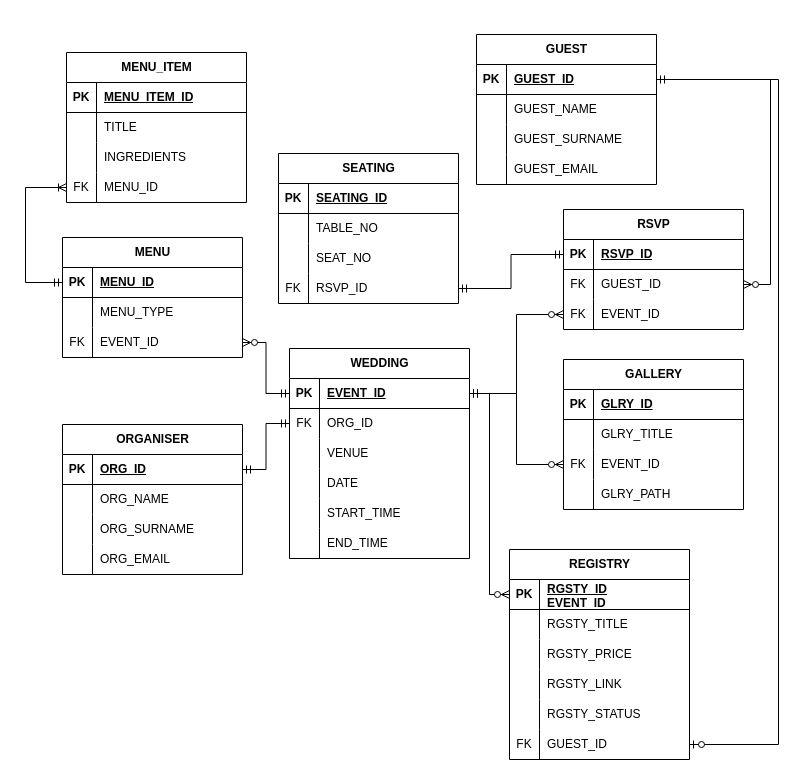
Earlier version of the draw.io diagram Planning/Project_ERD.drawio (LoganKalib/Wedding-Web-Application). Source tidied: cells renumbered, new cells numbered last; positions are measured from the earlier drawing's top-left corner, leaving out a move shared by most shapes. Both pictures are drawn from the tidied source at 100%, with x=0, y=0 at pixel (25, 34).
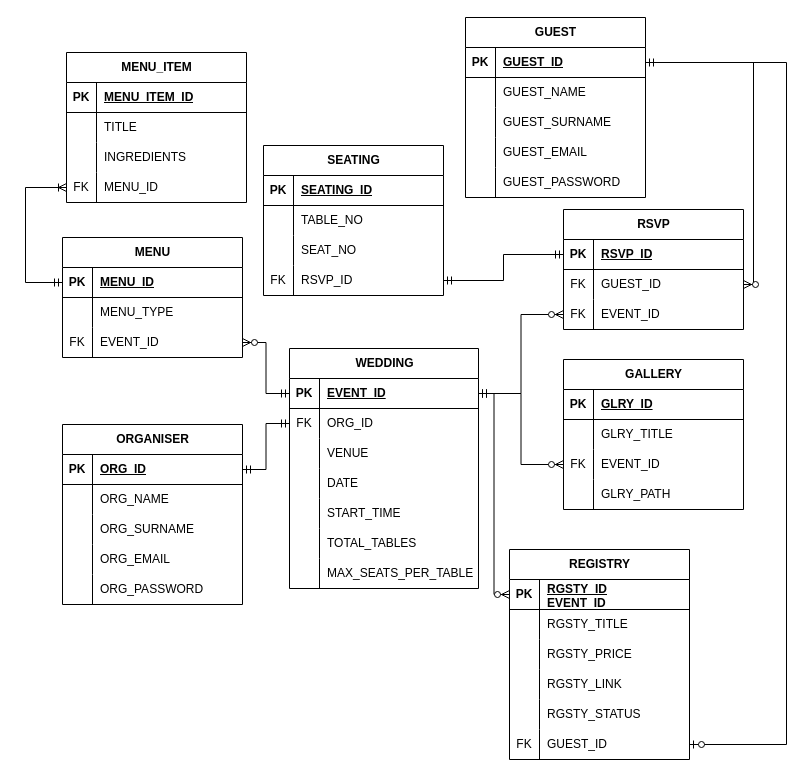
The same diagram, later.

Unchanged cells that the change refers to:
```xml
<mxCell id="16" style="shape=tableRow;horizontal=0;startSize=0;swimlaneHead=0;swimlaneBody=0;fillColor=none;points=[[0,0.5],[1,0.5]];portConstraint=eastwest;top=0;left=0;right=0;bottom=1;" parent="15" vertex="1">
  <mxGeometry y="30" width="180" height="30" as="geometry" />
</mxCell>
<mxCell id="63" style="shape=tableRow;horizontal=0;startSize=0;swimlaneHead=0;swimlaneBody=0;fillColor=none;points=[[0,0.5],[1,0.5]];portConstraint=eastwest;top=0;left=0;right=0;bottom=0;" parent="47" vertex="1">
  <mxGeometry y="180" width="180" height="30" as="geometry" />
</mxCell>
<mxCell id="123" style="shape=tableRow;horizontal=0;startSize=0;swimlaneHead=0;swimlaneBody=0;fillColor=none;points=[[0,0.5],[1,0.5]];portConstraint=eastwest;top=0;left=0;right=0;bottom=0;" parent="119" vertex="1">
  <mxGeometry y="60" width="180" height="30" as="geometry" />
</mxCell>
```

The edit, as a diff of the source:
```diff
@@
     <mxCell id="2" value="ORGANISER" style="shape=table;startSize=30;childLayout=tableLayout;rowLines=0;fontStyle=1;align=center;html=1;" parent="1" vertex="1">
-      <mxGeometry x="37" y="390" width="180" height="150" as="geometry" />
+      <mxGeometry x="37" y="390" width="180" height="180" as="geometry" />
     </mxCell>
@@
+    <mxCell id="134" style="shape=tableRow;horizontal=0;startSize=0;swimlaneHead=0;swimlaneBody=0;fillColor=none;top=0;left=0;right=0;bottom=0;" parent="2" vertex="1">
+      <mxGeometry y="150" width="180" height="30" as="geometry" />
+    </mxCell>
+    <mxCell id="135" style="shape=partialRectangle;fillColor=none;top=0;left=0;bottom=0;right=0;overflow=hidden;whiteSpace=wrap;html=1;" parent="134" vertex="1">
+      <mxGeometry width="30" height="30" as="geometry" />
+    </mxCell>
+    <mxCell id="136" value="ORG_PASSWORD" style="shape=partialRectangle;fillColor=none;top=0;left=0;bottom=0;right=0;align=left;spacingLeft=6;overflow=hidden;whiteSpace=wrap;html=1;" parent="134" vertex="1">
+      <mxGeometry x="30" width="150" height="30" as="geometry" />
+    </mxCell>
     <mxCell id="15" value="GUEST" style="shape=table;startSize=30;childLayout=tableLayout;rowLines=0;fontStyle=1;align=center;html=1;" parent="1" vertex="1">
-      <mxGeometry x="451" width="180" height="150" as="geometry" />
+      <mxGeometry x="440" y="-17" width="180" height="180" as="geometry" />
     </mxCell>
@@
+    <mxCell id="137" style="shape=tableRow;horizontal=0;startSize=0;swimlaneHead=0;swimlaneBody=0;fillColor=none;top=0;left=0;right=0;bottom=0;" parent="15" vertex="1">
+      <mxGeometry y="150" width="180" height="30" as="geometry" />
+    </mxCell>
+    <mxCell id="138" style="shape=partialRectangle;fillColor=none;top=0;left=0;bottom=0;right=0;overflow=hidden;whiteSpace=wrap;html=1;" parent="137" vertex="1">
+      <mxGeometry width="30" height="30" as="geometry" />
+    </mxCell>
+    <mxCell id="139" value="GUEST_PASSWORD" style="shape=partialRectangle;fillColor=none;top=0;left=0;bottom=0;right=0;align=left;spacingLeft=6;overflow=hidden;whiteSpace=wrap;html=1;" parent="137" vertex="1">
+      <mxGeometry x="30" width="150" height="30" as="geometry" />
+    </mxCell>
     <mxCell id="28" value="WEDDING" style="shape=table;startSize=30;childLayout=tableLayout;rowLines=0;fontStyle=1;align=center;html=1;" parent="1" vertex="1">
-      <mxGeometry x="264" y="314" width="180" height="210" as="geometry" />
+      <mxGeometry x="264" y="314" width="189" height="240" as="geometry" />
     </mxCell>
     <mxCell id="29" style="shape=tableRow;horizontal=0;startSize=0;swimlaneHead=0;swimlaneBody=0;fillColor=none;points=[[0,0.5],[1,0.5]];portConstraint=eastwest;top=0;left=0;right=0;bottom=1;" parent="28" vertex="1">
-      <mxGeometry y="30" width="180" height="30" as="geometry" />
+      <mxGeometry y="30" width="189" height="30" as="geometry" />
     </mxCell>
@@
     <mxCell id="31" value="EVENT_ID" style="shape=partialRectangle;fillColor=none;top=0;left=0;bottom=0;right=0;align=left;spacingLeft=6;fontStyle=5;overflow=hidden;whiteSpace=wrap;html=1;" parent="29" vertex="1">
-      <mxGeometry x="30" width="150" height="30" as="geometry" />
+      <mxGeometry x="30" width="159" height="30" as="geometry" />
     </mxCell>
     <mxCell id="32" style="shape=tableRow;horizontal=0;startSize=0;swimlaneHead=0;swimlaneBody=0;fillColor=none;points=[[0,0.5],[1,0.5]];portConstraint=eastwest;top=0;left=0;right=0;bottom=0;" parent="28" vertex="1">
-      <mxGeometry y="60" width="180" height="30" as="geometry" />
+      <mxGeometry y="60" width="189" height="30" as="geometry" />
     </mxCell>
@@
     <mxCell id="34" value="ORG_ID" style="shape=partialRectangle;fillColor=none;top=0;left=0;bottom=0;right=0;align=left;spacingLeft=6;overflow=hidden;whiteSpace=wrap;html=1;" parent="32" vertex="1">
-      <mxGeometry x="30" width="150" height="30" as="geometry" />
+      <mxGeometry x="30" width="159" height="30" as="geometry" />
     </mxCell>
     <mxCell id="35" style="shape=tableRow;horizontal=0;startSize=0;swimlaneHead=0;swimlaneBody=0;fillColor=none;top=0;left=0;right=0;bottom=0;" parent="28" vertex="1">
-      <mxGeometry y="90" width="180" height="30" as="geometry" />
+      <mxGeometry y="90" width="189" height="30" as="geometry" />
     </mxCell>
@@
     <mxCell id="37" value="VENUE" style="shape=partialRectangle;fillColor=none;top=0;left=0;bottom=0;right=0;align=left;spacingLeft=6;overflow=hidden;whiteSpace=wrap;html=1;" parent="35" vertex="1">
-      <mxGeometry x="30" width="150" height="30" as="geometry" />
+      <mxGeometry x="30" width="159" height="30" as="geometry" />
     </mxCell>
     <mxCell id="38" style="shape=tableRow;horizontal=0;startSize=0;swimlaneHead=0;swimlaneBody=0;fillColor=none;top=0;left=0;right=0;bottom=0;" parent="28" vertex="1">
-      <mxGeometry y="120" width="180" height="30" as="geometry" />
+      <mxGeometry y="120" width="189" height="30" as="geometry" />
     </mxCell>
@@
     <mxCell id="40" value="DATE" style="shape=partialRectangle;fillColor=none;top=0;left=0;bottom=0;right=0;align=left;spacingLeft=6;overflow=hidden;whiteSpace=wrap;html=1;" parent="38" vertex="1">
-      <mxGeometry x="30" width="150" height="30" as="geometry" />
+      <mxGeometry x="30" width="159" height="30" as="geometry" />
     </mxCell>
     <mxCell id="41" style="shape=tableRow;horizontal=0;startSize=0;swimlaneHead=0;swimlaneBody=0;fillColor=none;top=0;left=0;right=0;bottom=0;" parent="28" vertex="1">
-      <mxGeometry y="150" width="180" height="30" as="geometry" />
+      <mxGeometry y="150" width="189" height="30" as="geometry" />
     </mxCell>
@@
     <mxCell id="43" value="START_TIME" style="shape=partialRectangle;fillColor=none;top=0;left=0;bottom=0;right=0;align=left;spacingLeft=6;overflow=hidden;whiteSpace=wrap;html=1;" parent="41" vertex="1">
-      <mxGeometry x="30" width="150" height="30" as="geometry" />
+      <mxGeometry x="30" width="159" height="30" as="geometry" />
     </mxCell>
-    <mxCell id="44" style="shape=tableRow;horizontal=0;startSize=0;swimlaneHead=0;swimlaneBody=0;fillColor=none;top=0;left=0;right=0;bottom=0;" parent="28" vertex="1">
-      <mxGeometry y="180" width="180" height="30" as="geometry" />
-    </mxCell>
-    <mxCell id="45" style="shape=partialRectangle;fillColor=none;top=0;left=0;bottom=0;right=0;overflow=hidden;whiteSpace=wrap;html=1;" parent="44" vertex="1">
-      <mxGeometry width="30" height="30" as="geometry" />
-    </mxCell>
-    <mxCell id="46" value="END_TIME" style="shape=partialRectangle;fillColor=none;top=0;left=0;bottom=0;right=0;align=left;spacingLeft=6;overflow=hidden;whiteSpace=wrap;html=1;" parent="44" vertex="1">
-      <mxGeometry x="30" width="150" height="30" as="geometry" />
-    </mxCell>
+    <mxCell id="140" style="shape=tableRow;horizontal=0;startSize=0;swimlaneHead=0;swimlaneBody=0;fillColor=none;top=0;left=0;right=0;bottom=0;" parent="28" vertex="1">
+      <mxGeometry y="180" width="189" height="30" as="geometry" />
+    </mxCell>
+    <mxCell id="141" style="shape=partialRectangle;fillColor=none;top=0;left=0;bottom=0;right=0;overflow=hidden;whiteSpace=wrap;html=1;" parent="140" vertex="1">
+      <mxGeometry width="30" height="30" as="geometry" />
+    </mxCell>
+    <mxCell id="142" value="TOTAL_TABLES" style="shape=partialRectangle;fillColor=none;top=0;left=0;bottom=0;right=0;align=left;spacingLeft=6;overflow=hidden;whiteSpace=wrap;html=1;" parent="140" vertex="1">
+      <mxGeometry x="30" width="159" height="30" as="geometry" />
+    </mxCell>
+    <mxCell id="143" style="shape=tableRow;horizontal=0;startSize=0;swimlaneHead=0;swimlaneBody=0;fillColor=none;top=0;left=0;right=0;bottom=0;" parent="28" vertex="1">
+      <mxGeometry y="210" width="189" height="30" as="geometry" />
+    </mxCell>
+    <mxCell id="144" style="shape=partialRectangle;fillColor=none;top=0;left=0;bottom=0;right=0;overflow=hidden;whiteSpace=wrap;html=1;" parent="143" vertex="1">
+      <mxGeometry width="30" height="30" as="geometry" />
+    </mxCell>
+    <mxCell id="145" value="MAX_SEATS_PER_TABLE" style="shape=partialRectangle;fillColor=none;top=0;left=0;bottom=0;right=0;align=left;spacingLeft=6;overflow=hidden;whiteSpace=wrap;html=1;" parent="143" vertex="1">
+      <mxGeometry x="30" width="159" height="30" as="geometry" />
+    </mxCell>
@@
     <mxCell id="79" value="SEATING" style="shape=table;startSize=30;childLayout=tableLayout;rowLines=0;fontStyle=1;align=center;html=1;" parent="1" vertex="1">
-      <mxGeometry x="253" y="119" width="180" height="150" as="geometry" />
+      <mxGeometry x="238" y="111" width="180" height="150" as="geometry" />
     </mxCell>
@@
     <mxCell id="132" style="edgeStyle=orthogonalEdgeStyle;fontSize=12;html=1;endArrow=ERzeroToMany;startArrow=ERmandOne;rounded=0;exitX=1;exitY=0.5;exitDx=0;exitDy=0;entryX=1;entryY=0.5;entryDx=0;entryDy=0;" parent="1" edge="1" source="16" target="123">
-      <mxGeometry relative="1" as="geometry">
-        <Array as="points">
-          <mxPoint x="745" y="45" />
-          <mxPoint x="745" y="250" />
-        </Array>
-      </mxGeometry>
+      <mxGeometry relative="1" as="geometry" />
     </mxCell>
     <mxCell id="133" style="edgeStyle=orthogonalEdgeStyle;fontSize=12;html=1;endArrow=ERzeroToOne;endFill=1;rounded=0;entryX=1;entryY=0.5;entryDx=0;entryDy=0;" parent="1" edge="1" source="16" target="63">
       <mxGeometry relative="1" as="geometry">
         <Array as="points">
-          <mxPoint x="753" y="45" />
-          <mxPoint x="753" y="710" />
+          <mxPoint x="761" y="28" />
+          <mxPoint x="761" y="710" />
         </Array>
       </mxGeometry>
     </mxCell>
```
